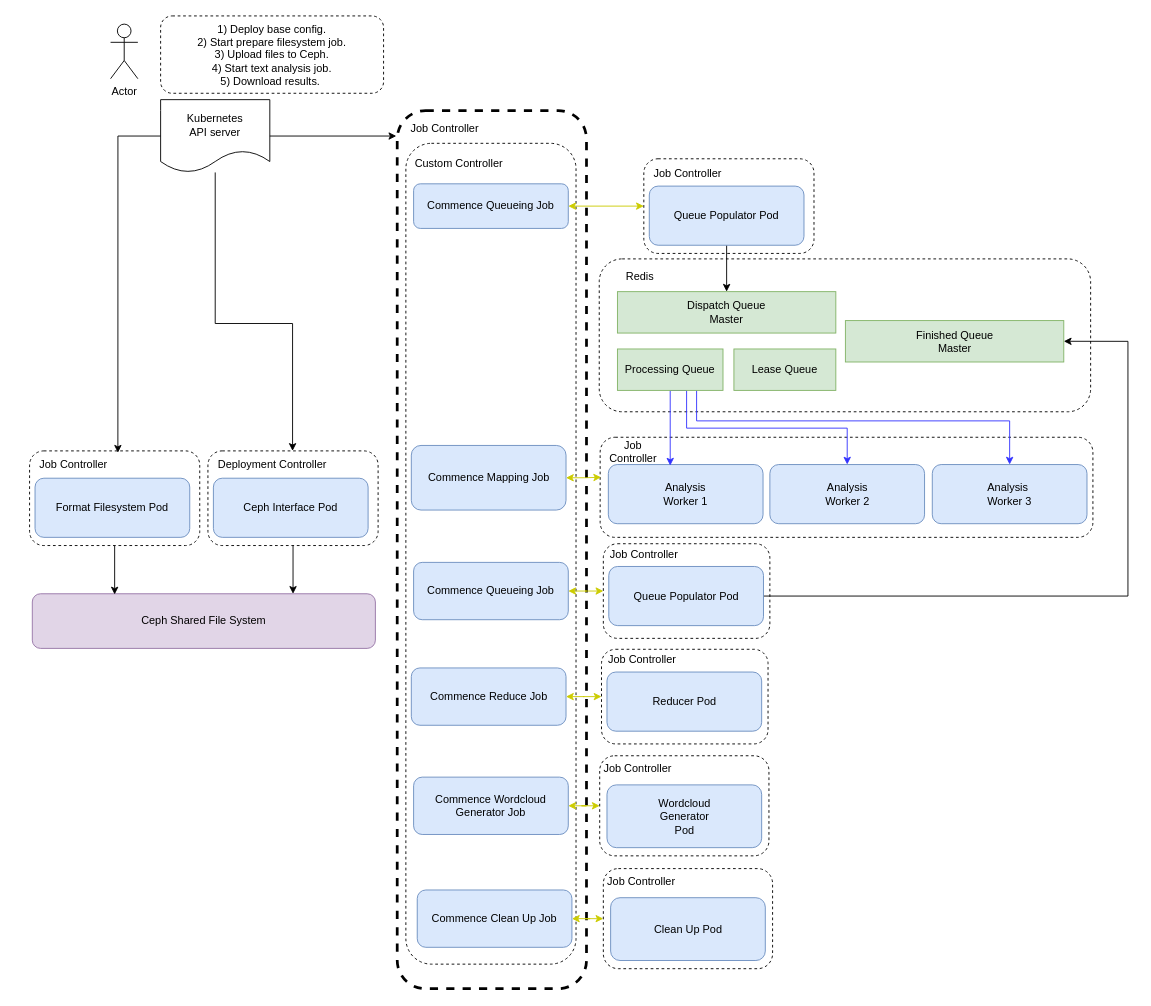
Above: drawio/system-arch.drawio in Jordan396/k8s-text-analysis (draw.io), before the change. Source tidied: cells renumbered, new cells numbered last; positions are measured from the earlier drawing's top-left corner, leaving out a move shared by most shapes. Both pictures are drawn from the tidied source at 91%, with x=0, y=0 at pixel (29, 15).
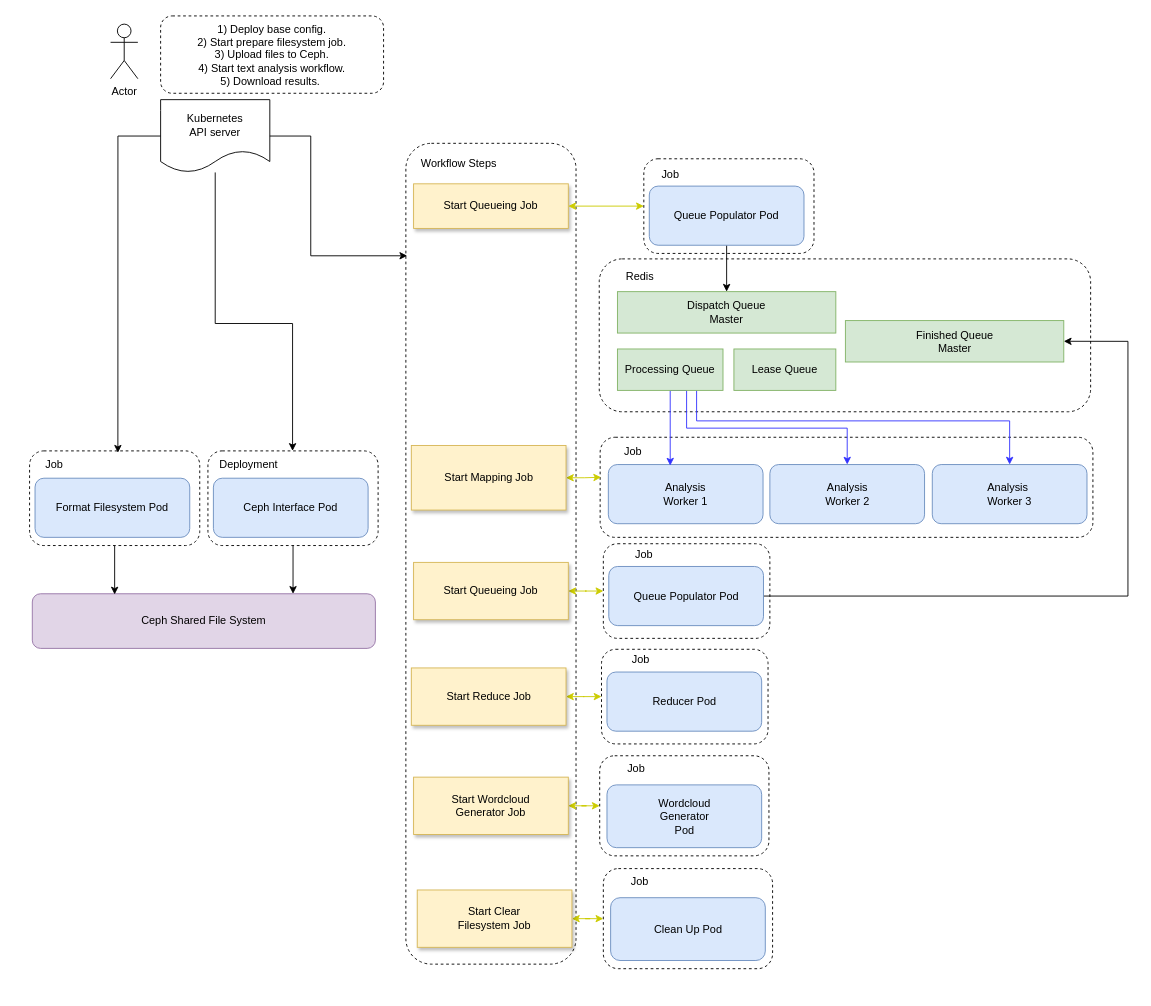
Above is the later version.

The change refers to these unchanged cells:
```xml
<mxCell id="8" style="rounded=1;whiteSpace=wrap;html=1;fillColor=none;dashed=1;" parent="1" vertex="1">
  <mxGeometry x="413.5" y="140" width="187" height="902" as="geometry" />
</mxCell>
<mxCell id="25" value="Kubernetes&lt;br&gt;API server" style="shape=document;whiteSpace=wrap;html=1;boundedLbl=1;fillColor=none;" parent="1" vertex="1">
  <mxGeometry x="144" y="92" width="120" height="80" as="geometry" />
</mxCell>
```

The edit, as a diff of the source:
```diff
@@
-    <mxCell id="2" style="rounded=1;whiteSpace=wrap;html=1;fillColor=none;dashed=1;strokeWidth=3;" parent="1" vertex="1">
-      <mxGeometry x="404" y="104" width="208" height="965" as="geometry" />
-    </mxCell>
+    <mxCell id="66" style="rounded=1;whiteSpace=wrap;html=1;fillColor=none;dashed=1;" parent="1" vertex="1">
+      <mxGeometry y="478" width="187" height="104" as="geometry" />
+    </mxCell>
@@
-    <mxCell id="4" value="Job &lt;br&gt;Controller" style="text;html=1;strokeColor=none;fillColor=none;align=center;verticalAlign=middle;whiteSpace=wrap;rounded=0;" parent="1" vertex="1">
+    <mxCell id="4" value="Job " style="text;html=1;strokeColor=none;fillColor=none;align=center;verticalAlign=middle;whiteSpace=wrap;rounded=0;" parent="1" vertex="1">
       <mxGeometry x="620.5" y="469" width="85" height="20" as="geometry" />
     </mxCell>
@@
-    <mxCell id="24" style="edgeStyle=orthogonalEdgeStyle;rounded=0;jettySize=auto;html=1;startArrow=none;startFill=0;endArrow=classic;endFill=1;strokeColor=#000000;" parent="1" edge="1" source="25">
+    <mxCell id="24" style="edgeStyle=orthogonalEdgeStyle;rounded=0;jettySize=auto;html=1;startArrow=none;startFill=0;endArrow=classic;endFill=1;strokeColor=#000000;entryX=0.008;entryY=0.137;entryDx=0;entryDy=0;entryPerimeter=0;exitX=1;exitY=0.5;exitDx=0;exitDy=0;" parent="1" edge="1" source="25" target="8">
       <mxGeometry relative="1" as="geometry">
-        <mxPoint x="403" y="132" as="targetPoint" />
         <Array as="points">
-          <mxPoint x="403" y="132" />
+          <mxPoint x="309" y="132" />
+          <mxPoint x="309" y="264" />
         </Array>
       </mxGeometry>
     </mxCell>
@@
-    <mxCell id="28" value="Custom Controller" style="text;html=1;strokeColor=none;fillColor=none;align=center;verticalAlign=middle;whiteSpace=wrap;rounded=0;" parent="1" vertex="1">
+    <mxCell id="28" value="Workflow Steps" style="text;html=1;strokeColor=none;fillColor=none;align=center;verticalAlign=middle;whiteSpace=wrap;rounded=0;" parent="1" vertex="1">
       <mxGeometry x="419.5" y="152" width="103.5" height="20" as="geometry" />
     </mxCell>
-    <mxCell id="29" value="Job Controller" style="text;html=1;strokeColor=none;fillColor=none;align=center;verticalAlign=middle;whiteSpace=wrap;rounded=0;" parent="1" vertex="1">
+    <mxCell id="29" value="Job&amp;nbsp;" style="text;html=1;strokeColor=none;fillColor=none;align=center;verticalAlign=middle;whiteSpace=wrap;rounded=0;" parent="1" vertex="1">
       <mxGeometry x="630.5" y="698" width="85" height="20" as="geometry" />
     </mxCell>
-    <mxCell id="30" value="&lt;span&gt;1) Deploy base config.&lt;/span&gt;&lt;br&gt;&lt;div&gt;&lt;span&gt;2) Start prepare filesystem job.&lt;/span&gt;&lt;/div&gt;&lt;div&gt;&lt;span&gt;3) Upload files to Ceph.&lt;/span&gt;&lt;/div&gt;&lt;span&gt;4) Start text analysis job.&lt;br&gt;5) Download results.&amp;nbsp;&lt;/span&gt;" style="rounded=1;whiteSpace=wrap;html=1;dashed=1;fillColor=none;align=center;shadow=0;glass=0;" parent="1" vertex="1">
+    <mxCell id="30" value="&lt;span&gt;1) Deploy base config.&lt;/span&gt;&lt;br&gt;&lt;div&gt;&lt;span&gt;2) Start prepare filesystem job.&lt;/span&gt;&lt;/div&gt;&lt;div&gt;&lt;span&gt;3) Upload files to Ceph.&lt;/span&gt;&lt;/div&gt;&lt;span&gt;4) Start text analysis workflow.&lt;br&gt;5) Download results.&amp;nbsp;&lt;/span&gt;" style="rounded=1;whiteSpace=wrap;html=1;dashed=1;fillColor=none;align=center;shadow=0;glass=0;" parent="1" vertex="1">
       <mxGeometry x="144" width="245" height="85" as="geometry" />
     </mxCell>
@@
-    <mxCell id="34" value="Job Controller" style="text;html=1;strokeColor=none;fillColor=none;align=center;verticalAlign=middle;whiteSpace=wrap;rounded=0;" parent="1" vertex="1">
-      <mxGeometry x="681" y="164" width="85" height="20" as="geometry" />
+    <mxCell id="34" value="Job" style="text;html=1;strokeColor=none;fillColor=none;align=center;verticalAlign=middle;whiteSpace=wrap;rounded=0;" parent="1" vertex="1">
+      <mxGeometry x="661.5" y="164.5" width="85" height="20" as="geometry" />
     </mxCell>
-    <mxCell id="35" value="Job Controller" style="text;html=1;strokeColor=none;fillColor=none;align=center;verticalAlign=middle;whiteSpace=wrap;rounded=0;" parent="1" vertex="1">
+    <mxCell id="35" value="Job&amp;nbsp;" style="text;html=1;strokeColor=none;fillColor=none;align=center;verticalAlign=middle;whiteSpace=wrap;rounded=0;" parent="1" vertex="1">
       <mxGeometry x="619" y="816.5" width="98.5" height="20" as="geometry" />
     </mxCell>
@@
-    <mxCell id="40" value="Commence Mapping Job" style="rounded=1;whiteSpace=wrap;html=1;fillColor=#dae8fc;strokeColor=#6c8ebf;" parent="1" vertex="1">
+    <mxCell id="40" value="Start Mapping Job" style="rounded=0;whiteSpace=wrap;html=1;fillColor=#fff2cc;strokeColor=#d6b656;shadow=1;" parent="1" vertex="1">
       <mxGeometry x="419.5" y="472" width="170" height="71" as="geometry" />
     </mxCell>
@@
-    <mxCell id="42" value="Commence Queueing Job" style="rounded=1;whiteSpace=wrap;html=1;fillColor=#dae8fc;strokeColor=#6c8ebf;" parent="1" vertex="1">
+    <mxCell id="42" value="Start Queueing Job" style="rounded=0;whiteSpace=wrap;html=1;fillColor=#fff2cc;strokeColor=#d6b656;shadow=1;" parent="1" vertex="1">
       <mxGeometry x="422" y="600.5" width="170" height="63" as="geometry" />
     </mxCell>
@@
-    <mxCell id="46" value="Job Controller" style="text;html=1;strokeColor=none;fillColor=none;align=center;verticalAlign=middle;whiteSpace=wrap;rounded=0;" parent="1" vertex="1">
+    <mxCell id="46" value="Job" style="text;html=1;strokeColor=none;fillColor=none;align=center;verticalAlign=middle;whiteSpace=wrap;rounded=0;" parent="1" vertex="1">
       <mxGeometry x="632.5" y="582" width="85" height="20" as="geometry" />
     </mxCell>
@@
-    <mxCell id="48" value="Commence Reduce Job" style="rounded=1;whiteSpace=wrap;html=1;fillColor=#dae8fc;strokeColor=#6c8ebf;" parent="1" vertex="1">
+    <mxCell id="48" value="Start Reduce Job" style="rounded=0;whiteSpace=wrap;html=1;fillColor=#fff2cc;strokeColor=#d6b656;shadow=1;" parent="1" vertex="1">
       <mxGeometry x="419.5" y="716.5" width="170" height="63" as="geometry" />
     </mxCell>
@@
-    <mxCell id="50" value="Commence Wordcloud Generator Job" style="rounded=1;whiteSpace=wrap;html=1;fillColor=#dae8fc;strokeColor=#6c8ebf;" parent="1" vertex="1">
+    <mxCell id="50" value="Start Wordcloud &lt;br&gt;Generator Job" style="rounded=0;whiteSpace=wrap;html=1;fillColor=#fff2cc;strokeColor=#d6b656;shadow=1;" parent="1" vertex="1">
       <mxGeometry x="422" y="836.5" width="170" height="63" as="geometry" />
     </mxCell>
-    <mxCell id="51" value="Commence Queueing&amp;nbsp;Job" style="rounded=1;whiteSpace=wrap;html=1;fillColor=#dae8fc;strokeColor=#6c8ebf;" parent="1" vertex="1">
+    <mxCell id="51" value="Start Queueing&amp;nbsp;Job" style="rounded=0;whiteSpace=wrap;html=1;fillColor=#fff2cc;strokeColor=#d6b656;shadow=1;" parent="1" vertex="1">
       <mxGeometry x="422" y="184.5" width="170" height="49" as="geometry" />
     </mxCell>
-    <mxCell id="52" value="Job Controller" style="text;html=1;strokeColor=none;fillColor=none;align=center;verticalAlign=middle;whiteSpace=wrap;rounded=0;" parent="1" vertex="1">
-      <mxGeometry x="413.5" y="114" width="85" height="20" as="geometry" />
-    </mxCell>
@@
-    <mxCell id="55" value="Job Controller" style="text;html=1;strokeColor=none;fillColor=none;align=center;verticalAlign=middle;whiteSpace=wrap;rounded=0;" parent="1" vertex="1">
+    <mxCell id="55" value="Job&amp;nbsp;" style="text;html=1;strokeColor=none;fillColor=none;align=center;verticalAlign=middle;whiteSpace=wrap;rounded=0;" parent="1" vertex="1">
       <mxGeometry x="623" y="940.5" width="98.5" height="20" as="geometry" />
     </mxCell>
@@
-    <mxCell id="57" value="Commence Clean Up Job" style="rounded=1;whiteSpace=wrap;html=1;fillColor=#dae8fc;strokeColor=#6c8ebf;" parent="1" vertex="1">
+    <mxCell id="57" value="Start Clear &lt;br&gt;Filesystem Job" style="rounded=0;whiteSpace=wrap;html=1;fillColor=#fff2cc;strokeColor=#d6b656;shadow=1;" parent="1" vertex="1">
       <mxGeometry x="426" y="960.5" width="170" height="63" as="geometry" />
     </mxCell>
@@
-    <mxCell id="62" value="Deployment Controller" style="text;html=1;strokeColor=none;fillColor=none;align=center;verticalAlign=middle;whiteSpace=wrap;rounded=0;" parent="1" vertex="1">
-      <mxGeometry x="202" y="483" width="130" height="20" as="geometry" />
+    <mxCell id="62" value="Deployment" style="text;html=1;strokeColor=none;fillColor=none;align=center;verticalAlign=middle;whiteSpace=wrap;rounded=0;" parent="1" vertex="1">
+      <mxGeometry x="176" y="483" width="130" height="20" as="geometry" />
     </mxCell>
@@
-    <mxCell id="64" value="Job Controller" style="text;html=1;strokeColor=none;fillColor=none;align=center;verticalAlign=middle;whiteSpace=wrap;rounded=0;" parent="1" vertex="1">
-      <mxGeometry x="6" y="483" width="85" height="20" as="geometry" />
+    <mxCell id="64" value="Job" style="text;html=1;strokeColor=none;fillColor=none;align=center;verticalAlign=middle;whiteSpace=wrap;rounded=0;" parent="1" vertex="1">
+      <mxGeometry x="-15" y="483" width="85" height="20" as="geometry" />
     </mxCell>
@@
-    <mxCell id="66" style="rounded=1;whiteSpace=wrap;html=1;fillColor=none;dashed=1;" parent="1" vertex="1">
-      <mxGeometry y="478" width="187" height="104" as="geometry" />
-    </mxCell>
```
